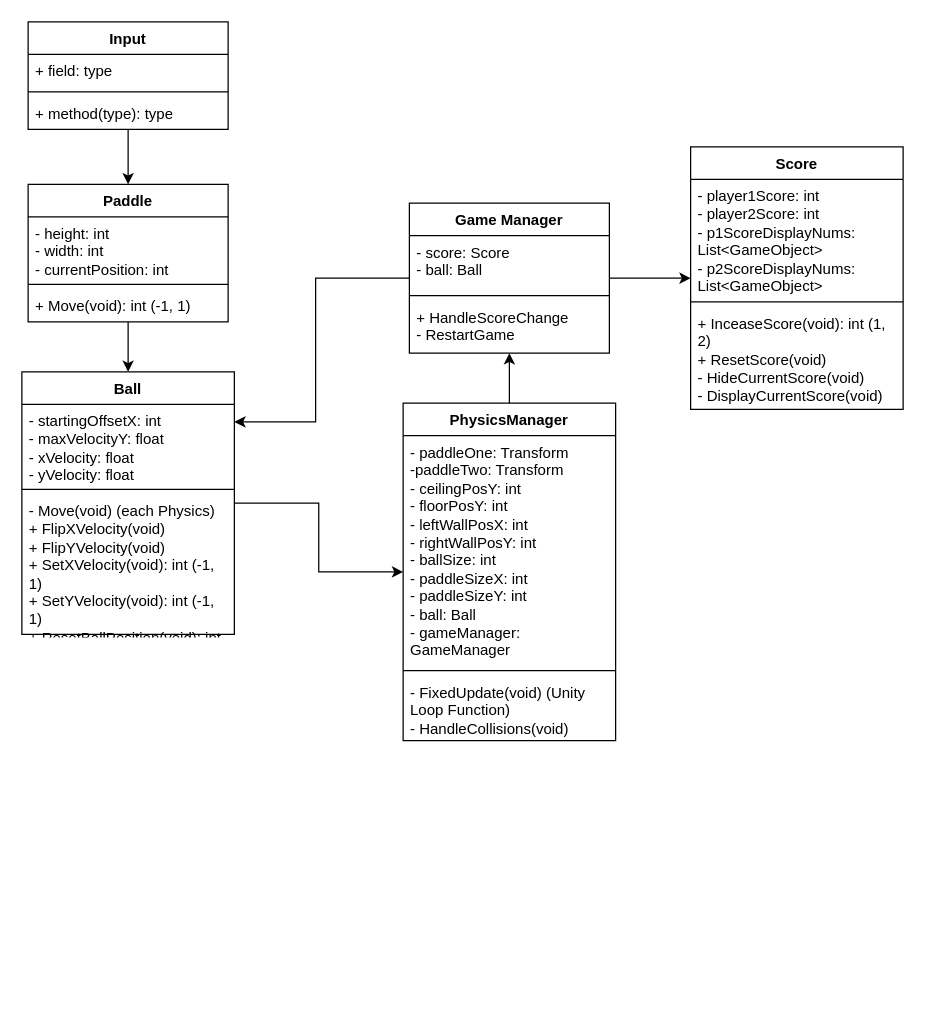
The draw.io diagram Documents/UML_Pong.drawio in codingcaiden03/codingcaiden03, before the edit. Source tidied: cells renumbered, new cells numbered last; positions are measured from the earlier drawing's top-left corner, leaving out a move shared by most shapes. Both pictures are drawn from the tidied source at 125%, with x=0, y=0 at pixel (21, 21).
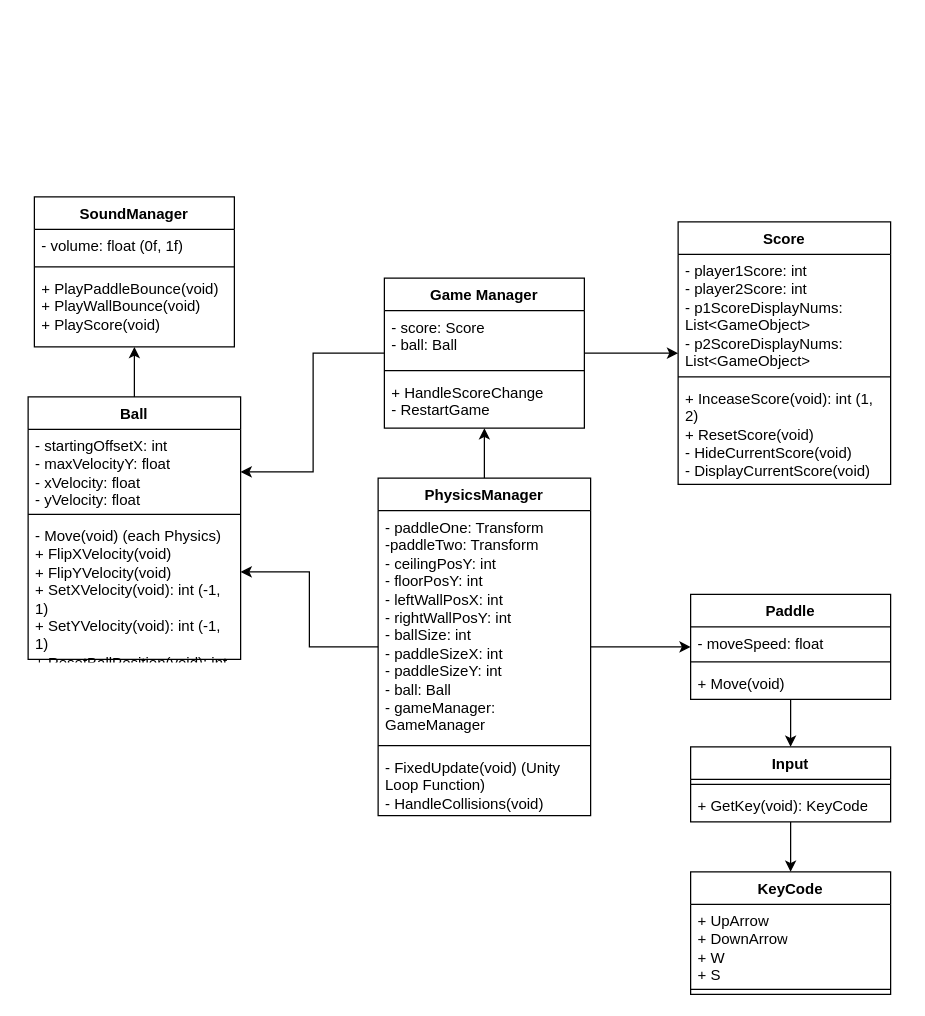
Above is the later version.

Commit message (it also covers changes not shown here):
Updated UML with AudioManager

Diff of the diagram source:
```diff
@@
-    <mxCell id="2" style="edgeStyle=orthogonalEdgeStyle;rounded=0;jettySize=auto;html=1;" parent="1" edge="1" source="3" target="8">
+    <mxCell id="2" style="edgeStyle=orthogonalEdgeStyle;rounded=0;jettySize=auto;html=1;startArrow=classic;startFill=1;endArrow=none;endFill=0;" parent="1" edge="1" source="3" target="8">
       <mxGeometry relative="1" as="geometry" />
     </mxCell>
+    <mxCell id="32" style="edgeStyle=orthogonalEdgeStyle;rounded=0;jettySize=auto;html=1;" parent="1" edge="1" source="3" target="36">
+      <mxGeometry relative="1" as="geometry" />
+    </mxCell>
     <mxCell id="3" value="Input" style="swimlane;fontStyle=1;align=center;verticalAlign=top;horizontal=1;startSize=26;whiteSpace=wrap;html=1;" parent="1" vertex="1">
-      <mxGeometry x="5" width="160" height="86" as="geometry" />
+      <mxGeometry x="535" y="580" width="160" height="60" as="geometry" />
     </mxCell>
-    <mxCell id="4" value="+ field: type" style="text;strokeColor=none;fillColor=none;align=left;verticalAlign=top;spacingLeft=4;spacingRight=4;overflow=hidden;whiteSpace=wrap;html=1;" parent="3" vertex="1">
-      <mxGeometry y="26" width="160" height="26" as="geometry" />
-    </mxCell>
     <mxCell id="5" style="line;strokeWidth=1;fillColor=none;align=left;verticalAlign=middle;spacingTop=-1;spacingLeft=3;spacingRight=3;labelPosition=right;strokeColor=inherit;" parent="3" vertex="1">
-      <mxGeometry y="52" width="160" height="8" as="geometry" />
+      <mxGeometry y="26" width="160" height="8" as="geometry" />
     </mxCell>
-    <mxCell id="6" value="+ method(type): type" style="text;strokeColor=none;fillColor=none;align=left;verticalAlign=top;spacingLeft=4;spacingRight=4;overflow=hidden;whiteSpace=wrap;html=1;" parent="3" vertex="1">
-      <mxGeometry y="60" width="160" height="26" as="geometry" />
+    <mxCell id="6" value="+ GetKey(void): KeyCode" style="text;strokeColor=none;fillColor=none;align=left;verticalAlign=top;spacingLeft=4;spacingRight=4;overflow=hidden;whiteSpace=wrap;html=1;" parent="3" vertex="1">
+      <mxGeometry y="34" width="160" height="26" as="geometry" />
     </mxCell>
-    <mxCell id="7" style="edgeStyle=orthogonalEdgeStyle;rounded=0;jettySize=auto;html=1;" parent="1" edge="1" source="8" target="13">
-      <mxGeometry relative="1" as="geometry" />
-    </mxCell>
     <mxCell id="8" value="Paddle" style="swimlane;fontStyle=1;align=center;verticalAlign=top;horizontal=1;startSize=26;whiteSpace=wrap;html=1;" parent="1" vertex="1">
-      <mxGeometry x="5" y="130" width="160" height="110" as="geometry" />
+      <mxGeometry x="535" y="458" width="160" height="84" as="geometry" />
     </mxCell>
-    <mxCell id="9" value="&lt;div&gt;- height: int&lt;/div&gt;&lt;div&gt;- width: int&lt;/div&gt;&lt;div&gt;- currentPosition: int&lt;br&gt;&lt;/div&gt;" style="text;strokeColor=none;fillColor=none;align=left;verticalAlign=top;spacingLeft=4;spacingRight=4;overflow=hidden;whiteSpace=wrap;html=1;" parent="8" vertex="1">
-      <mxGeometry y="26" width="160" height="50" as="geometry" />
+    <mxCell id="9" value="- moveSpeed: float" style="text;strokeColor=none;fillColor=none;align=left;verticalAlign=top;spacingLeft=4;spacingRight=4;overflow=hidden;whiteSpace=wrap;html=1;" parent="8" vertex="1">
+      <mxGeometry y="26" width="160" height="24" as="geometry" />
     </mxCell>
     <mxCell id="10" style="line;strokeWidth=1;fillColor=none;align=left;verticalAlign=middle;spacingTop=-1;spacingLeft=3;spacingRight=3;labelPosition=right;strokeColor=inherit;" parent="8" vertex="1">
-      <mxGeometry y="76" width="160" height="8" as="geometry" />
+      <mxGeometry y="50" width="160" height="8" as="geometry" />
     </mxCell>
-    <mxCell id="11" value="&lt;div&gt;+ Move(void): int (-1, 1)&lt;/div&gt;" style="text;strokeColor=none;fillColor=none;align=left;verticalAlign=top;spacingLeft=4;spacingRight=4;overflow=hidden;whiteSpace=wrap;html=1;" parent="8" vertex="1">
-      <mxGeometry y="84" width="160" height="26" as="geometry" />
+    <mxCell id="11" value="&lt;div&gt;+ Move(void)&lt;br&gt;&lt;/div&gt;" style="text;strokeColor=none;fillColor=none;align=left;verticalAlign=top;spacingLeft=4;spacingRight=4;overflow=hidden;whiteSpace=wrap;html=1;" parent="8" vertex="1">
+      <mxGeometry y="58" width="160" height="26" as="geometry" />
     </mxCell>
-    <mxCell id="12" style="edgeStyle=orthogonalEdgeStyle;rounded=0;jettySize=auto;html=1;" parent="1" edge="1" source="13" target="22">
-      <mxGeometry relative="1" as="geometry" />
-    </mxCell>
+    <mxCell id="33" style="edgeStyle=orthogonalEdgeStyle;rounded=0;jettySize=auto;html=1;" parent="1" edge="1" source="13" target="39">
+      <mxGeometry relative="1" as="geometry" />
+    </mxCell>
     <mxCell id="13" value="Ball" style="swimlane;fontStyle=1;align=center;verticalAlign=top;horizontal=1;startSize=26;whiteSpace=wrap;html=1;" parent="1" vertex="1">
-      <mxGeometry y="280" width="170" height="210" as="geometry" />
+      <mxGeometry x="5" y="300" width="170" height="210" as="geometry" />
     </mxCell>
@@
     <mxCell id="17" value="&lt;div&gt;Score&lt;/div&gt;" style="swimlane;fontStyle=1;align=center;verticalAlign=top;horizontal=1;startSize=26;whiteSpace=wrap;html=1;" parent="1" vertex="1">
-      <mxGeometry x="535" y="100" width="170" height="210" as="geometry" />
+      <mxGeometry x="525" y="160" width="170" height="210" as="geometry" />
     </mxCell>
@@
+    <mxCell id="34" style="edgeStyle=orthogonalEdgeStyle;rounded=0;jettySize=auto;html=1;" parent="1" edge="1" source="22" target="8">
+      <mxGeometry relative="1" as="geometry" />
+    </mxCell>
+    <mxCell id="35" style="edgeStyle=orthogonalEdgeStyle;rounded=0;jettySize=auto;html=1;" parent="1" edge="1" source="22" target="13">
+      <mxGeometry relative="1" as="geometry">
+        <Array as="points">
+          <mxPoint x="230" y="500" />
+          <mxPoint x="230" y="440" />
+        </Array>
+      </mxGeometry>
+    </mxCell>
     <mxCell id="22" value="&lt;div&gt;PhysicsManager&lt;/div&gt;" style="swimlane;fontStyle=1;align=center;verticalAlign=top;horizontal=1;startSize=26;whiteSpace=wrap;html=1;" parent="1" vertex="1">
-      <mxGeometry x="305" y="305" width="170" height="270" as="geometry" />
+      <mxGeometry x="285" y="365" width="170" height="270" as="geometry" />
     </mxCell>
@@
     <mxCell id="27" style="edgeStyle=orthogonalEdgeStyle;rounded=0;jettySize=auto;html=1;" parent="1" edge="1" source="28" target="13">
       <mxGeometry relative="1" as="geometry">
         <Array as="points">
-          <mxPoint x="235" y="205" />
-          <mxPoint x="235" y="320" />
+          <mxPoint x="233" y="265" />
+          <mxPoint x="233" y="360" />
         </Array>
       </mxGeometry>
     </mxCell>
     <mxCell id="28" value="Game Manager" style="swimlane;fontStyle=1;align=center;verticalAlign=top;horizontal=1;startSize=26;whiteSpace=wrap;html=1;" parent="1" vertex="1">
-      <mxGeometry x="310" y="145" width="160" height="120" as="geometry" />
+      <mxGeometry x="290" y="205" width="160" height="120" as="geometry" />
     </mxCell>
@@
+    <mxCell id="36" value="KeyCode" style="swimlane;fontStyle=1;align=center;verticalAlign=top;horizontal=1;startSize=26;whiteSpace=wrap;html=1;" parent="1" vertex="1">
+      <mxGeometry x="535" y="680" width="160" height="98" as="geometry" />
+    </mxCell>
+    <mxCell id="37" value="&lt;div&gt;+ UpArrow&lt;/div&gt;&lt;div&gt;+ DownArrow&lt;/div&gt;&lt;div&gt;+ W&lt;/div&gt;&lt;div&gt;+ S&lt;br&gt;&lt;/div&gt;" style="text;strokeColor=none;fillColor=none;align=left;verticalAlign=top;spacingLeft=4;spacingRight=4;overflow=hidden;whiteSpace=wrap;html=1;" parent="36" vertex="1">
+      <mxGeometry y="26" width="160" height="64" as="geometry" />
+    </mxCell>
+    <mxCell id="38" style="line;strokeWidth=1;fillColor=none;align=left;verticalAlign=middle;spacingTop=-1;spacingLeft=3;spacingRight=3;labelPosition=right;strokeColor=inherit;" parent="36" vertex="1">
+      <mxGeometry y="90" width="160" height="8" as="geometry" />
+    </mxCell>
+    <mxCell id="39" value="SoundManager" style="swimlane;fontStyle=1;align=center;verticalAlign=top;horizontal=1;startSize=26;whiteSpace=wrap;html=1;" parent="1" vertex="1">
+      <mxGeometry x="10" y="140" width="160" height="120" as="geometry" />
+    </mxCell>
+    <mxCell id="40" value="- volume: float (0f, 1f)" style="text;strokeColor=none;fillColor=none;align=left;verticalAlign=top;spacingLeft=4;spacingRight=4;overflow=hidden;whiteSpace=wrap;html=1;" parent="39" vertex="1">
+      <mxGeometry y="26" width="160" height="26" as="geometry" />
+    </mxCell>
+    <mxCell id="41" style="line;strokeWidth=1;fillColor=none;align=left;verticalAlign=middle;spacingTop=-1;spacingLeft=3;spacingRight=3;labelPosition=right;strokeColor=inherit;" parent="39" vertex="1">
+      <mxGeometry y="52" width="160" height="8" as="geometry" />
+    </mxCell>
+    <mxCell id="42" value="&lt;div&gt;+ PlayPaddleBounce(void)&lt;/div&gt;&lt;div&gt;+ PlayWallBounce(void)&lt;br&gt;&lt;/div&gt;&lt;div&gt;+ PlayScore(void)&lt;br&gt;&lt;/div&gt;" style="text;strokeColor=none;fillColor=none;align=left;verticalAlign=top;spacingLeft=4;spacingRight=4;overflow=hidden;whiteSpace=wrap;html=1;" parent="39" vertex="1">
+      <mxGeometry y="60" width="160" height="60" as="geometry" />
+    </mxCell>
```
